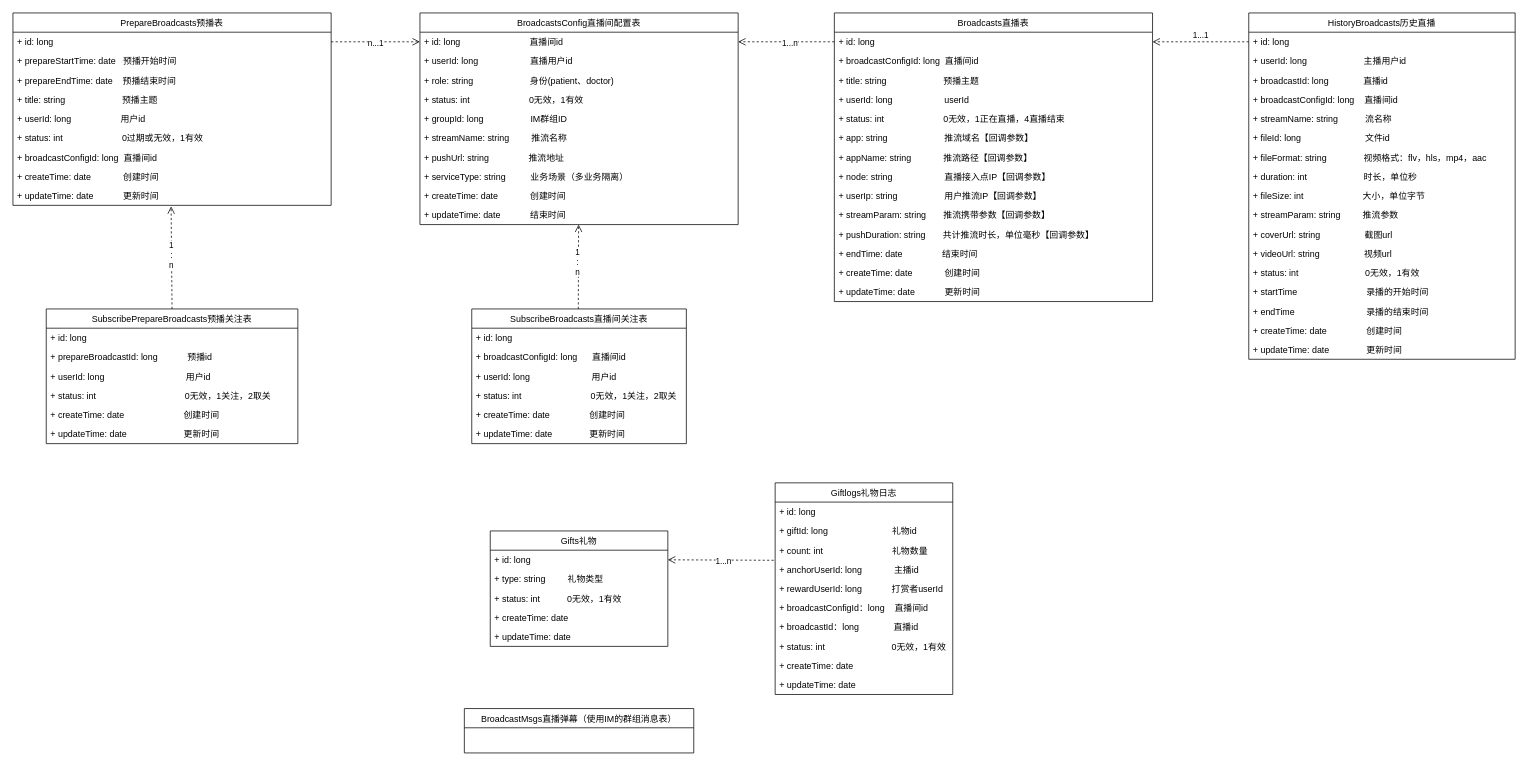
Above: 直播类图.drawio in qq584686739/draw (draw.io), before the change. Source tidied: cells renumbered, new cells numbered last; positions are measured from the earlier drawing's top-left corner, leaving out a move shared by most shapes. Both pictures are drawn from the tidied source at 74%, with x=0, y=0 at pixel (13, 13).
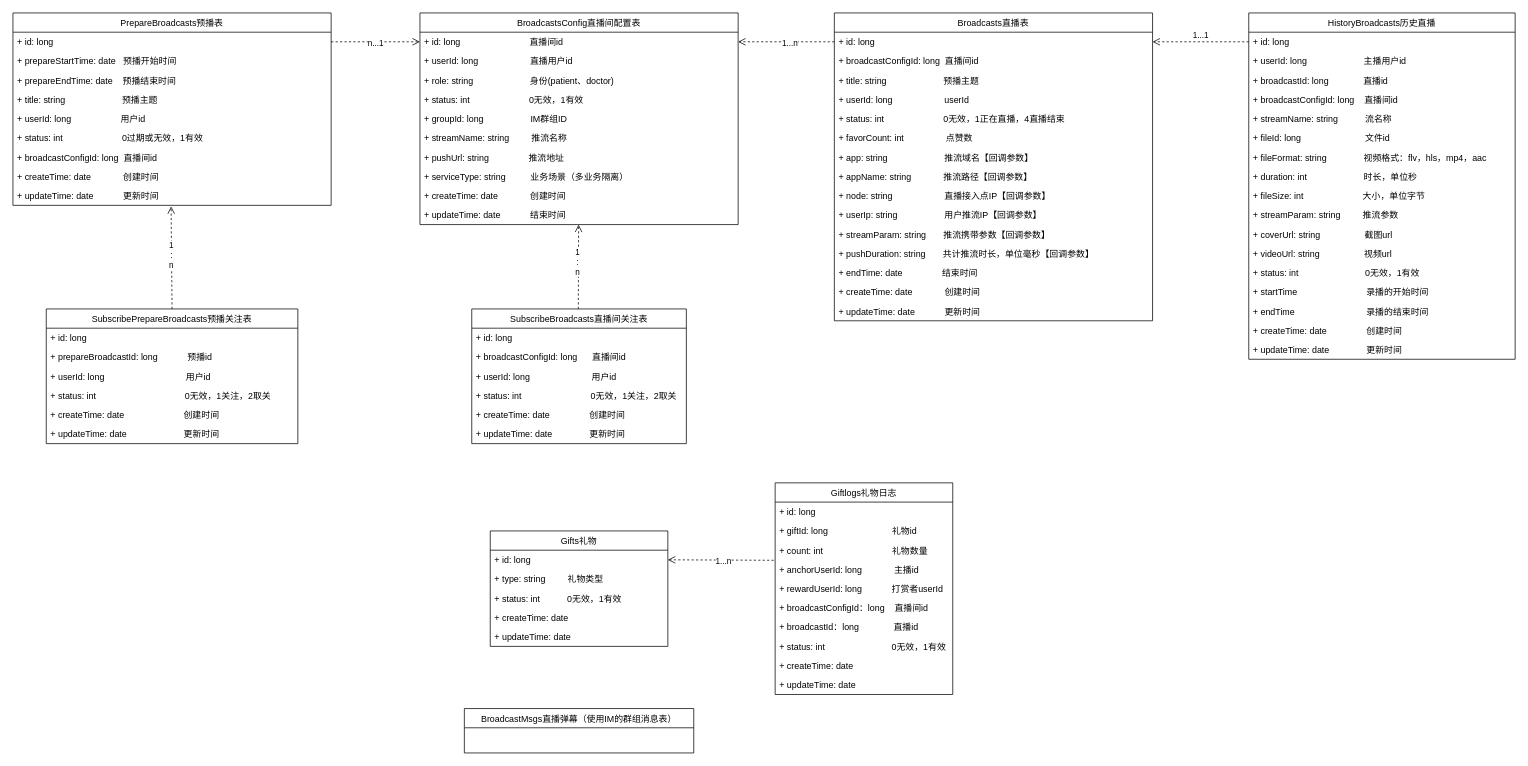
Above is the later version.

Diff of the diagram source:
```diff
@@
     <mxCell id="24" value="Broadcasts直播表" style="swimlane;fontStyle=0;horizontal=1;startSize=26;fillColor=none;" parent="1" vertex="1">
-      <mxGeometry x="1110" width="430" height="390" as="geometry" />
+      <mxGeometry x="1110" width="430" height="416" as="geometry" />
     </mxCell>
@@
+    <mxCell id="94" value="+ status: int                        0无效，1正在直播，4直播结束" style="text;strokeColor=none;fillColor=none;align=left;verticalAlign=top;spacingLeft=4;spacingRight=4;overflow=hidden;" parent="24" vertex="1">
+      <mxGeometry y="130" width="430" height="26" as="geometry" />
+    </mxCell>
-    <mxCell id="29" value="+ status: int                        0无效，1正在直播，4直播结束" style="text;strokeColor=none;fillColor=none;align=left;verticalAlign=top;spacingLeft=4;spacingRight=4;overflow=hidden;" parent="24" vertex="1">
-      <mxGeometry y="130" width="430" height="26" as="geometry" />
+    <mxCell id="29" value="+ favorCount: int                 点赞数" style="text;strokeColor=none;fillColor=none;align=left;verticalAlign=top;spacingLeft=4;spacingRight=4;overflow=hidden;" parent="24" vertex="1">
+      <mxGeometry y="156" width="430" height="26" as="geometry" />
     </mxCell>
     <mxCell id="30" value="+ app: string                       推流域名【回调参数】" style="text;strokeColor=none;fillColor=none;align=left;verticalAlign=top;spacingLeft=4;spacingRight=4;overflow=hidden;" parent="24" vertex="1">
-      <mxGeometry y="156" width="430" height="26" as="geometry" />
+      <mxGeometry y="182" width="430" height="26" as="geometry" />
     </mxCell>
     <mxCell id="31" value="+ appName: string             推流路径【回调参数】" style="text;strokeColor=none;fillColor=none;align=left;verticalAlign=top;spacingLeft=4;spacingRight=4;overflow=hidden;" parent="24" vertex="1">
-      <mxGeometry y="182" width="430" height="26" as="geometry" />
+      <mxGeometry y="208" width="430" height="26" as="geometry" />
     </mxCell>
     <mxCell id="32" value="+ node: string                     直播接入点IP【回调参数】" style="text;strokeColor=none;fillColor=none;align=left;verticalAlign=top;spacingLeft=4;spacingRight=4;overflow=hidden;" parent="24" vertex="1">
-      <mxGeometry y="208" width="430" height="26" as="geometry" />
+      <mxGeometry y="234" width="430" height="26" as="geometry" />
     </mxCell>
     <mxCell id="33" value="+ userIp: string                   用户推流IP【回调参数】" style="text;strokeColor=none;fillColor=none;align=left;verticalAlign=top;spacingLeft=4;spacingRight=4;overflow=hidden;" parent="24" vertex="1">
-      <mxGeometry y="234" width="430" height="26" as="geometry" />
+      <mxGeometry y="260" width="430" height="26" as="geometry" />
     </mxCell>
     <mxCell id="34" value="+ streamParam: string       推流携带参数【回调参数】" style="text;strokeColor=none;fillColor=none;align=left;verticalAlign=top;spacingLeft=4;spacingRight=4;overflow=hidden;" parent="24" vertex="1">
-      <mxGeometry y="260" width="430" height="26" as="geometry" />
+      <mxGeometry y="286" width="430" height="26" as="geometry" />
     </mxCell>
     <mxCell id="35" value="+ pushDuration: string       共计推流时长，单位毫秒【回调参数】" style="text;strokeColor=none;fillColor=none;align=left;verticalAlign=top;spacingLeft=4;spacingRight=4;overflow=hidden;" parent="24" vertex="1">
-      <mxGeometry y="286" width="430" height="26" as="geometry" />
+      <mxGeometry y="312" width="430" height="26" as="geometry" />
     </mxCell>
     <mxCell id="36" value="+ endTime: date                结束时间" style="text;strokeColor=none;fillColor=none;align=left;verticalAlign=top;spacingLeft=4;spacingRight=4;overflow=hidden;" parent="24" vertex="1">
-      <mxGeometry y="312" width="430" height="26" as="geometry" />
+      <mxGeometry y="338" width="430" height="26" as="geometry" />
     </mxCell>
     <mxCell id="37" value="+ createTime: date             创建时间" style="text;strokeColor=none;fillColor=none;align=left;verticalAlign=top;spacingLeft=4;spacingRight=4;overflow=hidden;" parent="24" vertex="1">
-      <mxGeometry y="338" width="430" height="26" as="geometry" />
+      <mxGeometry y="364" width="430" height="26" as="geometry" />
     </mxCell>
     <mxCell id="38" value="+ updateTime: date            更新时间" style="text;strokeColor=none;fillColor=none;align=left;verticalAlign=top;spacingLeft=4;spacingRight=4;overflow=hidden;" parent="24" vertex="1">
-      <mxGeometry y="364" width="430" height="26" as="geometry" />
+      <mxGeometry y="390" width="430" height="26" as="geometry" />
     </mxCell>
```
